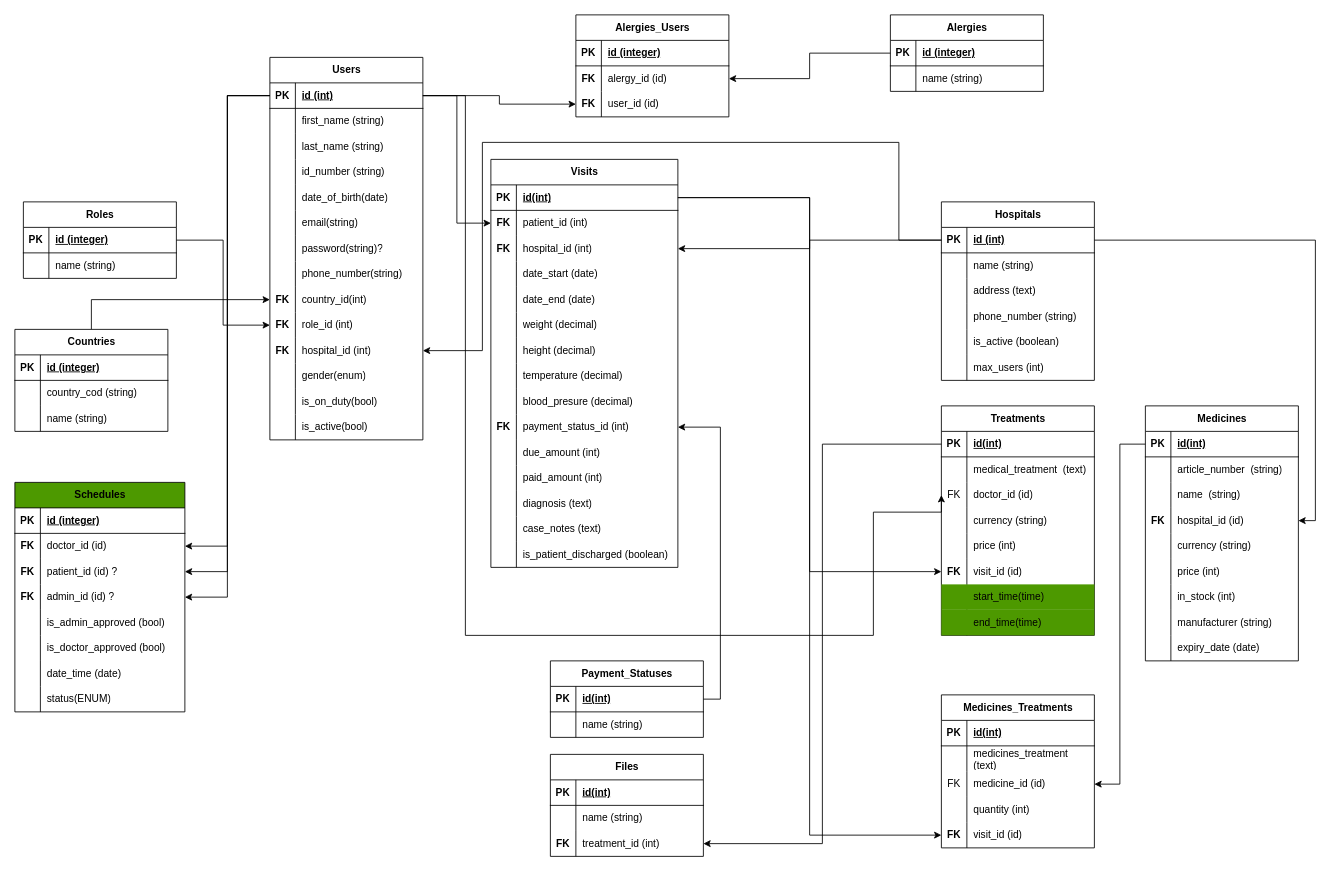
fao30/hospital-management-be keeps this draw.io diagram as Untitled Diagram.drawio. Above is the earlier version. Source tidied: cells renumbered, new cells numbered last; positions are measured from the earlier drawing's top-left corner, leaving out a move shared by most shapes. Both pictures are drawn from the tidied source at 85%, with x=0, y=0 at pixel (14, 14).
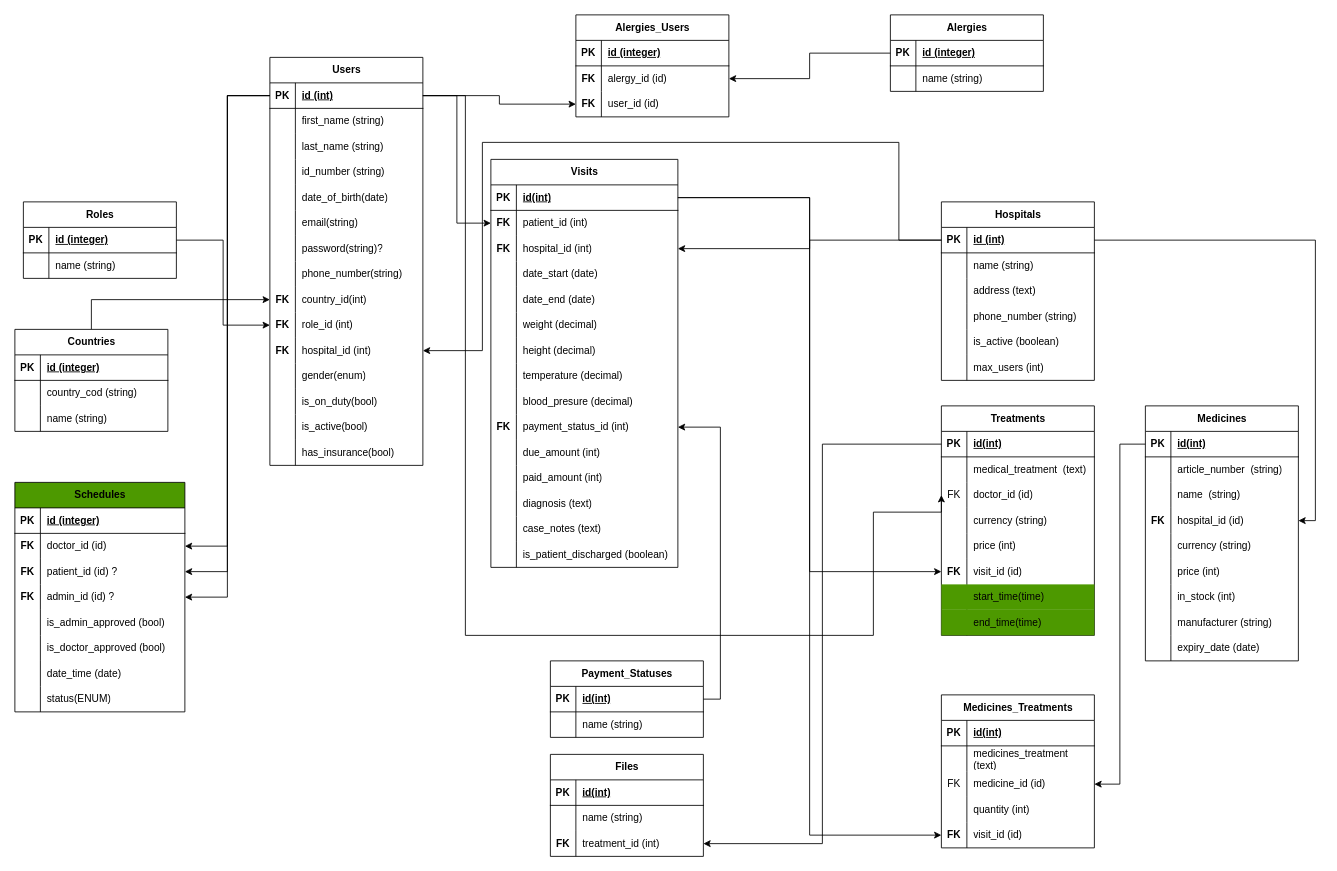
After the change.

The edit, as a diff of the source:
```diff
@@
     <mxCell id="28" value="Users" style="shape=table;startSize=30;childLayout=tableLayout;rowLines=0;fontStyle=1;align=center;html=1;" parent="1" vertex="1">
-      <mxGeometry x="300" y="50" width="180" height="450" as="geometry" />
+      <mxGeometry x="300" y="50" width="180" height="480" as="geometry" />
     </mxCell>
@@
+    <mxCell id="272" style="shape=tableRow;horizontal=0;startSize=0;swimlaneHead=0;swimlaneBody=0;fillColor=none;top=0;left=0;right=0;bottom=0;" parent="28" vertex="1">
+      <mxGeometry y="450" width="180" height="30" as="geometry" />
+    </mxCell>
+    <mxCell id="273" style="shape=partialRectangle;fillColor=none;top=0;left=0;bottom=0;right=0;overflow=hidden;whiteSpace=wrap;html=1;" parent="272" vertex="1">
+      <mxGeometry width="30" height="30" as="geometry" />
+    </mxCell>
+    <mxCell id="274" value="has_insurance(bool)" style="shape=partialRectangle;fillColor=none;top=0;left=0;bottom=0;right=0;align=left;spacingLeft=6;overflow=hidden;whiteSpace=wrap;html=1;" parent="272" vertex="1">
+      <mxGeometry x="30" width="150" height="30" as="geometry" />
+    </mxCell>
```
